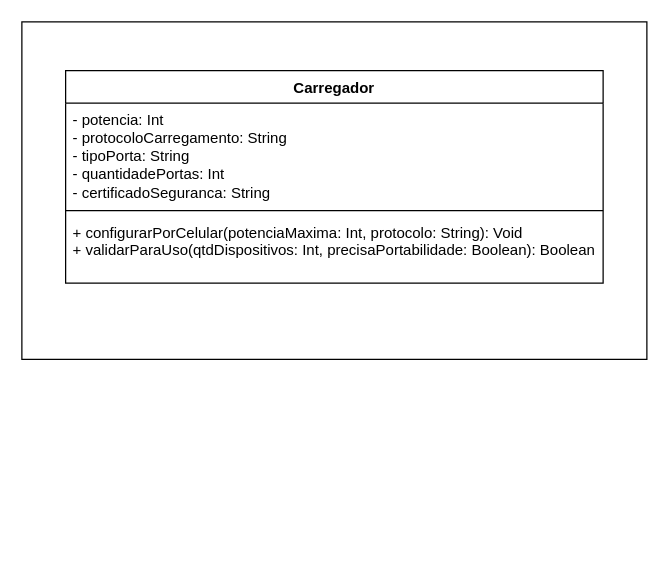
Earlier version of the draw.io diagram diagramaCarregador.drawio (prmarinho/fiap-poo). Source tidied: cells renumbered, new cells numbered last; positions are measured from the earlier drawing's top-left corner, leaving out a move shared by most shapes. Both pictures are drawn from the tidied source at 125%, with x=0, y=0 at pixel (21, 21).
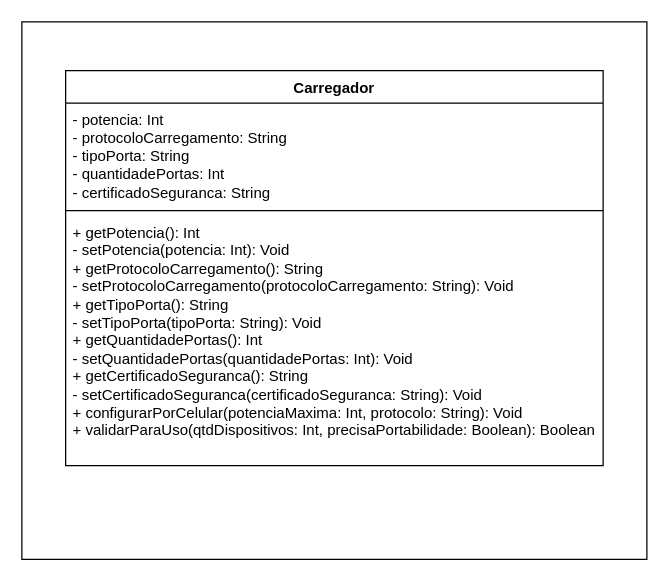
After the change.

What changed in the source:
```diff
@@
 <mxGraphModel>
   <root>
     <mxCell id="0" />
     <mxCell id="1" parent="0" />
     <mxCell id="2" style="rounded=0;whiteSpace=wrap;html=1;" parent="1" vertex="1">
-      <mxGeometry width="500" height="270" as="geometry" />
+      <mxGeometry width="500" height="430" as="geometry" />
     </mxCell>
     <mxCell id="3" value="Carregador" style="swimlane;fontStyle=1;align=center;verticalAlign=top;horizontal=1;startSize=26;whiteSpace=wrap;html=1;" parent="1" vertex="1">
-      <mxGeometry x="35" y="39" width="430" height="170" as="geometry" />
+      <mxGeometry x="35" y="39" width="430" height="316" as="geometry" />
     </mxCell>
     <mxCell id="4" value="- potencia: Int&lt;div&gt;- protocoloCarregamento: String&lt;/div&gt;&lt;div&gt;- tipoPorta: String&lt;/div&gt;&lt;div&gt;- quantidadePortas: Int&lt;/div&gt;&lt;div&gt;- certificadoSeguranca: String&lt;/div&gt;" style="text;strokeColor=none;fillColor=none;align=left;verticalAlign=top;spacingLeft=4;spacingRight=4;overflow=hidden;whiteSpace=wrap;html=1;" parent="3" vertex="1">
       <mxGeometry y="26" width="430" height="82" as="geometry" />
     </mxCell>
     <mxCell id="5" style="line;strokeWidth=1;fillColor=none;align=left;verticalAlign=middle;spacingTop=-1;spacingLeft=3;spacingRight=3;labelPosition=right;strokeColor=inherit;" parent="3" vertex="1">
       <mxGeometry y="108" width="430" height="8" as="geometry" />
     </mxCell>
-    <mxCell id="6" value="+ configurarPorCelular(potenciaMaxima: Int, protocolo: String): Void&lt;div&gt;+ validarParaUso(qtdDispositivos: Int, precisaPortabilidade: Boolean): Boolean&lt;/div&gt;" style="text;strokeColor=none;fillColor=none;align=left;verticalAlign=top;spacingLeft=4;spacingRight=4;overflow=hidden;whiteSpace=wrap;html=1;" parent="3" vertex="1">
-      <mxGeometry y="116" width="430" height="54" as="geometry" />
+    <mxCell id="6" value="+ getPotencia(): Int&lt;div&gt;- setPotencia(potencia: Int): Void&lt;/div&gt;&lt;div&gt;+ getProtocoloCarregamento(): String&lt;/div&gt;&lt;div&gt;- setProtocoloCarregamento(protocoloCarregamento: String): Void&lt;/div&gt;&lt;div&gt;+ getTipoPorta(): String&lt;/div&gt;&lt;div&gt;- setTipoPorta(tipoPorta: String): Void&lt;/div&gt;&lt;div&gt;+ getQuantidadePortas(): Int&lt;/div&gt;&lt;div&gt;- setQuantidadePortas(quantidadePortas: Int): Void&lt;/div&gt;&lt;div&gt;+ getCertificadoSeguranca(): String&lt;/div&gt;&lt;div&gt;- setCertificadoSeguranca(certificadoSeguranca: String): Void&lt;/div&gt;&lt;div&gt;+ configurarPorCelular(potenciaMaxima: Int, protocolo: String): Void&lt;/div&gt;&lt;div&gt;+ validarParaUso(qtdDispositivos: Int, precisaPortabilidade: Boolean): Boolean&lt;/div&gt;" style="text;strokeColor=none;fillColor=none;align=left;verticalAlign=top;spacingLeft=4;spacingRight=4;overflow=hidden;whiteSpace=wrap;html=1;" parent="3" vertex="1">
+      <mxGeometry y="116" width="430" height="200" as="geometry" />
     </mxCell>
   </root>
 </mxGraphModel>
```
